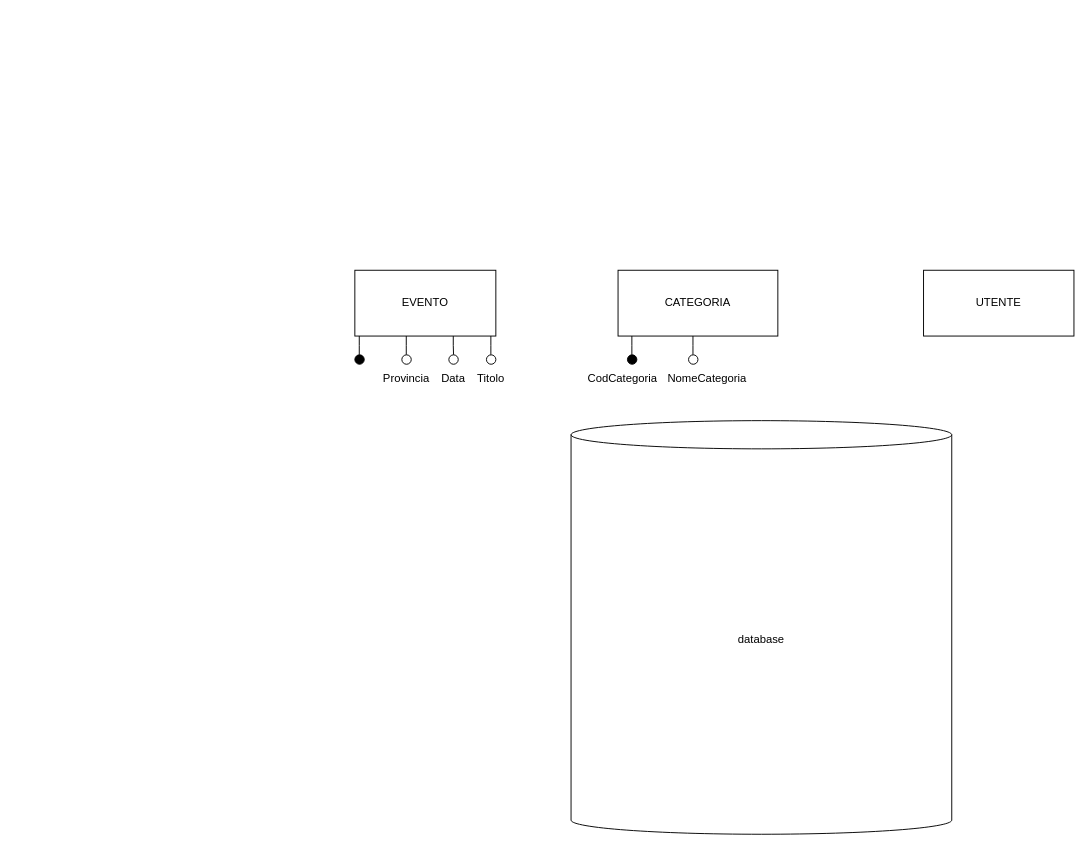
Earlier version of the draw.io diagram er.drawio (sac11221/mercuriouda). Source tidied: cells renumbered, new cells numbered last; positions are measured from the earlier drawing's top-left corner, leaving out a move shared by most shapes. Both pictures are drawn from the tidied source at 94%, with x=0, y=0 at pixel (354, 270).
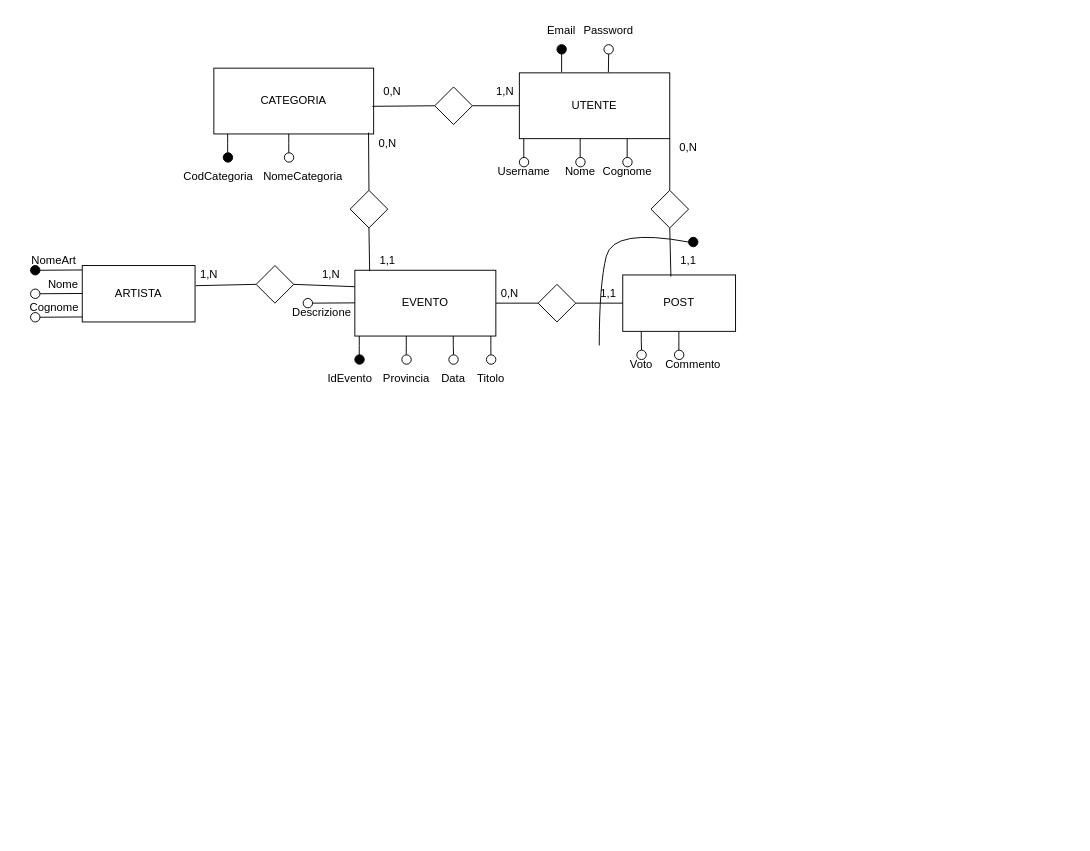
The same diagram, later.

Unchanged cells that the change refers to:
```xml
<mxCell id="2" value="EVENTO" style="whiteSpace=wrap;html=1;align=center;" parent="1" vertex="1">
  <mxGeometry width="150" height="70" as="geometry" />
</mxCell>
```

What changed in the source:
```diff
@@
     <mxCell id="12" value="CATEGORIA" style="rounded=0;whiteSpace=wrap;html=1;" parent="1" vertex="1">
-      <mxGeometry x="280" width="170" height="70" as="geometry" />
+      <mxGeometry x="-150" y="-215" width="170" height="70" as="geometry" />
     </mxCell>
     <mxCell id="13" style="endArrow=none;html=1;rounded=0;" parent="1" edge="1">
       <mxGeometry relative="1" as="geometry">
-        <mxPoint x="294.7" y="90" as="sourcePoint" />
-        <mxPoint x="294.7" y="70" as="targetPoint" />
+        <mxPoint x="-135.3" y="-125" as="sourcePoint" />
+        <mxPoint x="-135.3" y="-145" as="targetPoint" />
         <Array as="points">
-          <mxPoint x="294.7" y="80" />
+          <mxPoint x="-135.3" y="-135" />
         </Array>
       </mxGeometry>
     </mxCell>
     <mxCell id="14" style="ellipse;whiteSpace=wrap;html=1;gradientColor=none;fillColor=#000000;" parent="1" vertex="1">
-      <mxGeometry x="290" y="90" width="10" height="10" as="geometry" />
+      <mxGeometry x="-140" y="-125" width="10" height="10" as="geometry" />
     </mxCell>
     <mxCell id="15" value="CodCategoria" style="text;html=1;align=center;verticalAlign=middle;whiteSpace=wrap;rounded=0;" parent="1" vertex="1">
-      <mxGeometry x="255" y="100" width="60" height="30" as="geometry" />
+      <mxGeometry x="-175" y="-115" width="60" height="30" as="geometry" />
     </mxCell>
     <mxCell id="16" style="endArrow=none;html=1;rounded=0;" parent="1" edge="1">
       <mxGeometry relative="1" as="geometry">
-        <mxPoint x="359.7" y="90" as="sourcePoint" />
-        <mxPoint x="359.7" y="70" as="targetPoint" />
+        <mxPoint x="-70.3" y="-125" as="sourcePoint" />
+        <mxPoint x="-70.3" y="-145" as="targetPoint" />
         <Array as="points">
-          <mxPoint x="359.7" y="80" />
+          <mxPoint x="-70.3" y="-135" />
         </Array>
       </mxGeometry>
     </mxCell>
     <mxCell id="17" style="ellipse;whiteSpace=wrap;html=1;" parent="1" vertex="1">
-      <mxGeometry x="355" y="90" width="10" height="10" as="geometry" />
+      <mxGeometry x="-75" y="-125" width="10" height="10" as="geometry" />
     </mxCell>
     <mxCell id="18" value="NomeCategoria" style="text;html=1;align=center;verticalAlign=middle;whiteSpace=wrap;rounded=0;" parent="1" vertex="1">
-      <mxGeometry x="345" y="100" width="60" height="30" as="geometry" />
+      <mxGeometry x="-85" y="-115" width="60" height="30" as="geometry" />
     </mxCell>
     <mxCell id="19" value="UTENTE" style="rounded=0;whiteSpace=wrap;html=1;" parent="1" vertex="1">
-      <mxGeometry x="605" width="160" height="70" as="geometry" />
+      <mxGeometry x="175" y="-210" width="160" height="70" as="geometry" />
     </mxCell>
@@
-    <mxCell id="21" value="database" style="shape=cylinder3;whiteSpace=wrap;html=1;boundedLbl=1;backgroundOutline=1;size=15;" parent="1" vertex="1">
-      <mxGeometry x="230" y="160" width="405" height="440" as="geometry" />
-    </mxCell>
@@
+    <mxCell id="23" style="ellipse;whiteSpace=wrap;html=1;" parent="1" vertex="1">
+      <mxGeometry x="-55" y="30" width="10" height="10" as="geometry" />
+    </mxCell>
+    <mxCell id="24" style="endArrow=none;html=1;rounded=0;entryX=0;entryY=0.562;entryDx=0;entryDy=0;entryPerimeter=0;exitX=1;exitY=0.5;exitDx=0;exitDy=0;" parent="1" edge="1" source="23">
+      <mxGeometry relative="1" as="geometry">
+        <mxPoint y="34.7" as="targetPoint" />
+      </mxGeometry>
+    </mxCell>
+    <mxCell id="25" value="Descrizione" style="text;html=1;align=center;verticalAlign=middle;whiteSpace=wrap;rounded=0;" parent="1" vertex="1">
+      <mxGeometry x="-65" y="30" width="60" height="30" as="geometry" />
+    </mxCell>
+    <mxCell id="26" value="IdEvento" style="text;html=1;align=center;verticalAlign=middle;whiteSpace=wrap;rounded=0;" parent="1" vertex="1">
+      <mxGeometry x="-35" y="100" width="60" height="30" as="geometry" />
+    </mxCell>
+    <mxCell id="27" style="endArrow=none;html=1;rounded=0;" parent="1" edge="1">
+      <mxGeometry relative="1" as="geometry">
+        <mxPoint x="179.7" y="-120" as="sourcePoint" />
+        <mxPoint x="179.7" y="-140" as="targetPoint" />
+        <Array as="points">
+          <mxPoint x="179.7" y="-130" />
+        </Array>
+      </mxGeometry>
+    </mxCell>
+    <mxCell id="28" style="ellipse;whiteSpace=wrap;html=1;" parent="1" vertex="1">
+      <mxGeometry x="175" y="-120" width="10" height="10" as="geometry" />
+    </mxCell>
+    <mxCell id="29" value="Username" style="text;html=1;align=center;verticalAlign=middle;whiteSpace=wrap;rounded=0;" parent="1" vertex="1">
+      <mxGeometry x="150" y="-120" width="60" height="30" as="geometry" />
+    </mxCell>
+    <mxCell id="30" style="endArrow=none;html=1;rounded=0;" parent="1" edge="1">
+      <mxGeometry relative="1" as="geometry">
+        <mxPoint x="239.7" y="-120" as="sourcePoint" />
+        <mxPoint x="239.7" y="-140" as="targetPoint" />
+        <Array as="points">
+          <mxPoint x="239.7" y="-130" />
+        </Array>
+      </mxGeometry>
+    </mxCell>
+    <mxCell id="31" style="ellipse;whiteSpace=wrap;html=1;" parent="1" vertex="1">
+      <mxGeometry x="235" y="-120" width="10" height="10" as="geometry" />
+    </mxCell>
+    <mxCell id="32" style="endArrow=none;html=1;rounded=0;" parent="1" edge="1">
+      <mxGeometry relative="1" as="geometry">
+        <mxPoint x="289.7" y="-120" as="sourcePoint" />
+        <mxPoint x="289.7" y="-140" as="targetPoint" />
+        <Array as="points">
+          <mxPoint x="289.7" y="-130" />
+        </Array>
+      </mxGeometry>
+    </mxCell>
+    <mxCell id="33" style="ellipse;whiteSpace=wrap;html=1;" parent="1" vertex="1">
+      <mxGeometry x="285" y="-120" width="10" height="10" as="geometry" />
+    </mxCell>
+    <mxCell id="34" value="Nome" style="text;html=1;align=center;verticalAlign=middle;whiteSpace=wrap;rounded=0;" parent="1" vertex="1">
+      <mxGeometry x="210" y="-120" width="60" height="30" as="geometry" />
+    </mxCell>
+    <mxCell id="35" value="Cognome" style="text;html=1;align=center;verticalAlign=middle;whiteSpace=wrap;rounded=0;" parent="1" vertex="1">
+      <mxGeometry x="260" y="-120" width="60" height="30" as="geometry" />
+    </mxCell>
+    <mxCell id="36" style="ellipse;whiteSpace=wrap;html=1;" parent="1" vertex="1">
+      <mxGeometry x="265" y="-240" width="10" height="10" as="geometry" />
+    </mxCell>
+    <mxCell id="37" value="Password" style="text;html=1;align=center;verticalAlign=middle;whiteSpace=wrap;rounded=0;" parent="1" vertex="1">
+      <mxGeometry x="240" y="-270" width="60" height="30" as="geometry" />
+    </mxCell>
+    <mxCell id="38" style="ellipse;whiteSpace=wrap;html=1;fillColor=#000000;" parent="1" vertex="1">
+      <mxGeometry x="215" y="-240" width="10" height="10" as="geometry" />
+    </mxCell>
+    <mxCell id="39" value="Email" style="text;html=1;align=center;verticalAlign=middle;whiteSpace=wrap;rounded=0;" parent="1" vertex="1">
+      <mxGeometry x="190" y="-270" width="60" height="30" as="geometry" />
+    </mxCell>
+    <mxCell id="40" style="endArrow=none;html=1;rounded=0;entryX=0.5;entryY=1;entryDx=0;entryDy=0;exitX=0.592;exitY=-0.01;exitDx=0;exitDy=0;exitPerimeter=0;" parent="1" edge="1" source="19" target="36">
+      <mxGeometry relative="1" as="geometry" />
+    </mxCell>
+    <mxCell id="41" style="endArrow=none;html=1;rounded=0;entryX=0.5;entryY=1;entryDx=0;entryDy=0;exitX=0.281;exitY=-0.01;exitDx=0;exitDy=0;exitPerimeter=0;" parent="1" edge="1" source="19" target="38">
+      <mxGeometry relative="1" as="geometry" />
+    </mxCell>
+    <mxCell id="42" value="POST" style="rounded=0;whiteSpace=wrap;html=1;" parent="1" vertex="1">
+      <mxGeometry x="285" y="5" width="120" height="60" as="geometry" />
+    </mxCell>
+    <mxCell id="43" value="Voto" style="text;html=1;align=center;verticalAlign=middle;whiteSpace=wrap;rounded=0;" parent="1" vertex="1">
+      <mxGeometry x="275" y="85" width="60" height="30" as="geometry" />
+    </mxCell>
+    <mxCell id="44" value="Commento" style="text;html=1;align=center;verticalAlign=middle;whiteSpace=wrap;rounded=0;" parent="1" vertex="1">
+      <mxGeometry x="330" y="85" width="60" height="30" as="geometry" />
+    </mxCell>
+    <mxCell id="45" style="endArrow=none;html=1;rounded=0;" parent="1" edge="1" source="46">
+      <mxGeometry relative="1" as="geometry">
+        <mxPoint x="304.7" y="65" as="targetPoint" />
+        <Array as="points">
+          <mxPoint x="304.7" y="75" />
+        </Array>
+      </mxGeometry>
+    </mxCell>
+    <mxCell id="46" style="ellipse;whiteSpace=wrap;html=1;" parent="1" vertex="1">
+      <mxGeometry x="300" y="85" width="10" height="10" as="geometry" />
+    </mxCell>
+    <mxCell id="47" style="endArrow=none;html=1;rounded=0;" parent="1" edge="1">
+      <mxGeometry relative="1" as="geometry">
+        <mxPoint x="344.7" y="85" as="sourcePoint" />
+        <mxPoint x="344.7" y="65" as="targetPoint" />
+        <Array as="points">
+          <mxPoint x="344.7" y="75" />
+        </Array>
+      </mxGeometry>
+    </mxCell>
+    <mxCell id="48" style="ellipse;whiteSpace=wrap;html=1;" parent="1" vertex="1">
+      <mxGeometry x="340" y="85" width="10" height="10" as="geometry" />
+    </mxCell>
+    <mxCell id="49" value="ARTISTA" style="rounded=0;whiteSpace=wrap;html=1;" parent="1" vertex="1">
+      <mxGeometry x="-290" y="-5" width="120" height="60" as="geometry" />
+    </mxCell>
+    <mxCell id="50" value="Nome" style="text;html=1;align=center;verticalAlign=middle;whiteSpace=wrap;rounded=0;" parent="1" vertex="1">
+      <mxGeometry x="-340" width="60" height="30" as="geometry" />
+    </mxCell>
+    <mxCell id="51" value="Cognome" style="text;html=1;align=center;verticalAlign=middle;strokeColor=none;fillColor=none;" parent="1" vertex="1">
+      <mxGeometry x="-360" y="25" width="80" height="30" as="geometry" />
+    </mxCell>
+    <mxCell id="52" value="NomeArt" style="text;html=1;align=center;verticalAlign=middle;whiteSpace=wrap;rounded=0;" parent="1" vertex="1">
+      <mxGeometry x="-350" y="-25" width="60" height="30" as="geometry" />
+    </mxCell>
+    <mxCell id="53" style="ellipse;whiteSpace=wrap;html=1;fillColor=#000000;" parent="1" vertex="1">
+      <mxGeometry x="-345" y="-5" width="10" height="10" as="geometry" />
+    </mxCell>
+    <mxCell id="54" style="endArrow=none;html=1;rounded=0;entryX=0;entryY=0.562;entryDx=0;entryDy=0;entryPerimeter=0;exitX=1;exitY=0.5;exitDx=0;exitDy=0;" parent="1" edge="1" source="53">
+      <mxGeometry relative="1" as="geometry">
+        <mxPoint x="-290" y="-0.3" as="targetPoint" />
+      </mxGeometry>
+    </mxCell>
+    <mxCell id="55" style="ellipse;whiteSpace=wrap;html=1;" parent="1" vertex="1">
+      <mxGeometry x="-345" y="20" width="10" height="10" as="geometry" />
+    </mxCell>
+    <mxCell id="56" style="endArrow=none;html=1;rounded=0;entryX=0;entryY=0.562;entryDx=0;entryDy=0;entryPerimeter=0;exitX=1;exitY=0.5;exitDx=0;exitDy=0;" parent="1" edge="1" source="55">
+      <mxGeometry relative="1" as="geometry">
+        <mxPoint x="-290" y="24.7" as="targetPoint" />
+      </mxGeometry>
+    </mxCell>
+    <mxCell id="57" style="ellipse;whiteSpace=wrap;html=1;" parent="1" vertex="1">
+      <mxGeometry x="-345" y="45" width="10" height="10" as="geometry" />
+    </mxCell>
+    <mxCell id="58" style="endArrow=none;html=1;rounded=0;entryX=0;entryY=0.562;entryDx=0;entryDy=0;entryPerimeter=0;exitX=1;exitY=0.5;exitDx=0;exitDy=0;" parent="1" edge="1" source="57">
+      <mxGeometry relative="1" as="geometry">
+        <mxPoint x="-290" y="49.7" as="targetPoint" />
+      </mxGeometry>
+    </mxCell>
+    <mxCell id="59" style="rhombus;whiteSpace=wrap;html=1;" parent="1" vertex="1">
+      <mxGeometry x="-105" y="-5" width="40" height="40" as="geometry" />
+    </mxCell>
+    <mxCell id="60" style="endArrow=none;html=1;rounded=0;entryX=0;entryY=0.25;entryDx=0;entryDy=0;exitX=1;exitY=0.5;exitDx=0;exitDy=0;" parent="1" edge="1" source="59" target="2">
+      <mxGeometry relative="1" as="geometry" />
+    </mxCell>
+    <mxCell id="61" style="endArrow=none;html=1;rounded=0;exitX=0;exitY=0.5;exitDx=0;exitDy=0;entryX=1.005;entryY=0.357;entryDx=0;entryDy=0;entryPerimeter=0;" parent="1" edge="1" source="59" target="49">
+      <mxGeometry relative="1" as="geometry" />
+    </mxCell>
+    <mxCell id="62" value="1,N" style="text;html=1;align=center;verticalAlign=middle;whiteSpace=wrap;rounded=0;" parent="1" vertex="1">
+      <mxGeometry x="-185" y="-10" width="60" height="30" as="geometry" />
+    </mxCell>
+    <mxCell id="63" value="1,N" style="text;html=1;align=center;verticalAlign=middle;whiteSpace=wrap;rounded=0;" parent="1" vertex="1">
+      <mxGeometry x="-55" y="-10" width="60" height="30" as="geometry" />
+    </mxCell>
+    <mxCell id="64" style="rhombus;whiteSpace=wrap;html=1;" parent="1" vertex="1">
+      <mxGeometry x="-5" y="-85" width="40" height="40" as="geometry" />
+    </mxCell>
+    <mxCell id="65" style="endArrow=none;html=1;rounded=0;exitX=0.5;exitY=1;exitDx=0;exitDy=0;entryX=0.105;entryY=0.014;entryDx=0;entryDy=0;entryPerimeter=0;" parent="1" edge="1" source="64" target="2">
+      <mxGeometry relative="1" as="geometry" />
+    </mxCell>
+    <mxCell id="66" style="endArrow=none;html=1;rounded=0;entryX=0.968;entryY=0.98;entryDx=0;entryDy=0;entryPerimeter=0;exitX=0.5;exitY=0;exitDx=0;exitDy=0;" parent="1" edge="1" source="64" target="12">
+      <mxGeometry relative="1" as="geometry" />
+    </mxCell>
+    <mxCell id="67" value="0,N" style="text;html=1;align=center;verticalAlign=middle;whiteSpace=wrap;rounded=0;" parent="1" vertex="1">
+      <mxGeometry x="5" y="-150" width="60" height="30" as="geometry" />
+    </mxCell>
+    <mxCell id="68" value="1,1" style="text;html=1;align=center;verticalAlign=middle;whiteSpace=wrap;rounded=0;" parent="1" vertex="1">
+      <mxGeometry x="5" y="-25" width="60" height="30" as="geometry" />
+    </mxCell>
+    <mxCell id="69" style="rhombus;whiteSpace=wrap;html=1;" parent="1" vertex="1">
+      <mxGeometry x="85" y="-195" width="40" height="40" as="geometry" />
+    </mxCell>
+    <mxCell id="70" style="endArrow=none;html=1;rounded=0;entryX=0;entryY=0.5;entryDx=0;entryDy=0;exitX=0.992;exitY=0.58;exitDx=0;exitDy=0;exitPerimeter=0;" parent="1" edge="1" source="12" target="69">
+      <mxGeometry relative="1" as="geometry" />
+    </mxCell>
+    <mxCell id="71" style="endArrow=none;html=1;rounded=0;entryX=0;entryY=0.5;entryDx=0;entryDy=0;exitX=1;exitY=0.5;exitDx=0;exitDy=0;" parent="1" edge="1" source="69" target="19">
+      <mxGeometry relative="1" as="geometry" />
+    </mxCell>
+    <mxCell id="72" value="1,N" style="text;html=1;align=center;verticalAlign=middle;whiteSpace=wrap;rounded=0;" parent="1" vertex="1">
+      <mxGeometry x="130" y="-205" width="60" height="30" as="geometry" />
+    </mxCell>
+    <mxCell id="73" value="0,N" style="text;html=1;align=center;verticalAlign=middle;whiteSpace=wrap;rounded=0;" parent="1" vertex="1">
+      <mxGeometry x="10" y="-205" width="60" height="30" as="geometry" />
+    </mxCell>
+    <mxCell id="74" style="endArrow=none;html=1;rounded=0;entryX=1;entryY=1;entryDx=0;entryDy=0;exitX=0.5;exitY=0;exitDx=0;exitDy=0;" parent="1" edge="1" source="75" target="19">
+      <mxGeometry relative="1" as="geometry" />
+    </mxCell>
+    <mxCell id="75" style="rhombus;whiteSpace=wrap;html=1;" parent="1" vertex="1">
+      <mxGeometry x="315" y="-85" width="40" height="40" as="geometry" />
+    </mxCell>
+    <mxCell id="76" style="endArrow=none;html=1;rounded=0;entryX=0.5;entryY=1;entryDx=0;entryDy=0;exitX=0.427;exitY=0.029;exitDx=0;exitDy=0;exitPerimeter=0;" parent="1" edge="1" source="42" target="75">
+      <mxGeometry relative="1" as="geometry" />
+    </mxCell>
+    <mxCell id="77" value="0,N" style="text;html=1;align=center;verticalAlign=middle;whiteSpace=wrap;rounded=0;" parent="1" vertex="1">
+      <mxGeometry x="325" y="-145" width="60" height="30" as="geometry" />
+    </mxCell>
+    <mxCell id="78" value="1,1" style="text;html=1;align=center;verticalAlign=middle;whiteSpace=wrap;rounded=0;" parent="1" vertex="1">
+      <mxGeometry x="325" y="-25" width="60" height="30" as="geometry" />
+    </mxCell>
+    <mxCell id="79" style="rhombus;whiteSpace=wrap;html=1;" parent="1" vertex="1">
+      <mxGeometry x="195" y="15" width="40" height="40" as="geometry" />
+    </mxCell>
+    <mxCell id="80" style="endArrow=none;html=1;rounded=0;entryX=0;entryY=0.5;entryDx=0;entryDy=0;exitX=1;exitY=0.5;exitDx=0;exitDy=0;" parent="1" edge="1" source="2" target="79">
+      <mxGeometry relative="1" as="geometry" />
+    </mxCell>
+    <mxCell id="81" style="endArrow=none;html=1;rounded=0;entryX=0;entryY=0.5;entryDx=0;entryDy=0;exitX=1;exitY=0.5;exitDx=0;exitDy=0;" parent="1" edge="1" source="79" target="42">
+      <mxGeometry relative="1" as="geometry" />
+    </mxCell>
+    <mxCell id="82" value="0,N" style="text;html=1;align=center;verticalAlign=middle;whiteSpace=wrap;rounded=0;" parent="1" vertex="1">
+      <mxGeometry x="135" y="10" width="60" height="30" as="geometry" />
+    </mxCell>
+    <mxCell id="83" value="1,1" style="text;html=1;align=center;verticalAlign=middle;whiteSpace=wrap;rounded=0;" parent="1" vertex="1">
+      <mxGeometry x="240" y="10" width="60" height="30" as="geometry" />
+    </mxCell>
+    <mxCell id="84" style="endArrow=none;html=1;rounded=0;curved=1;" parent="1" edge="1">
+      <mxGeometry relative="1" as="geometry">
+        <mxPoint x="355" y="-30" as="sourcePoint" />
+        <mxPoint x="260" y="80" as="targetPoint" />
+        <Array as="points">
+          <mxPoint x="275" y="-45" />
+          <mxPoint x="260" y="15" />
+        </Array>
+      </mxGeometry>
+    </mxCell>
+    <mxCell id="85" style="ellipse;whiteSpace=wrap;html=1;gradientColor=none;fillColor=#000000;" parent="1" vertex="1">
+      <mxGeometry x="355" y="-35" width="10" height="10" as="geometry" />
+    </mxCell>
```
